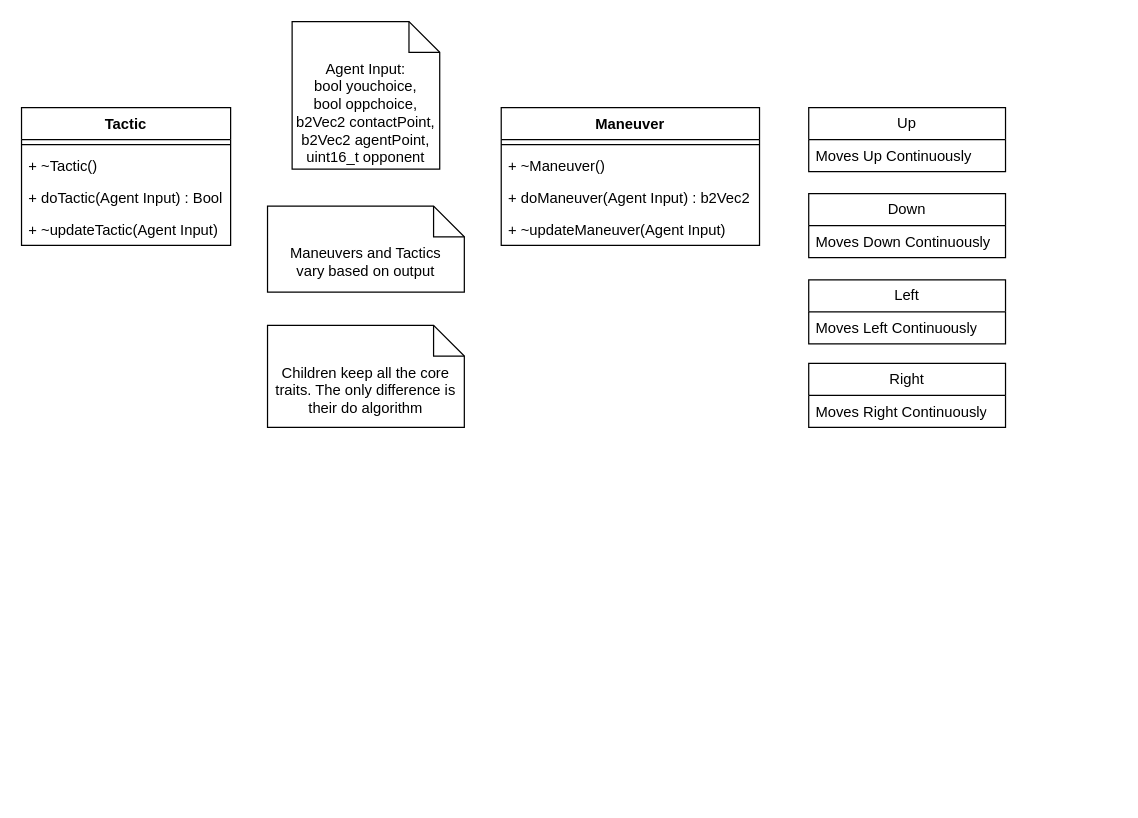
This is Class Diagram.drawio from Boland-Unfug/Thesis, a draw.io file, before an edit. Source tidied: cells renumbered, new cells numbered last; positions are measured from the earlier drawing's top-left corner, leaving out a move shared by most shapes. Both pictures are drawn from the tidied source at 123%, with x=0, y=0 at pixel (21, 21).
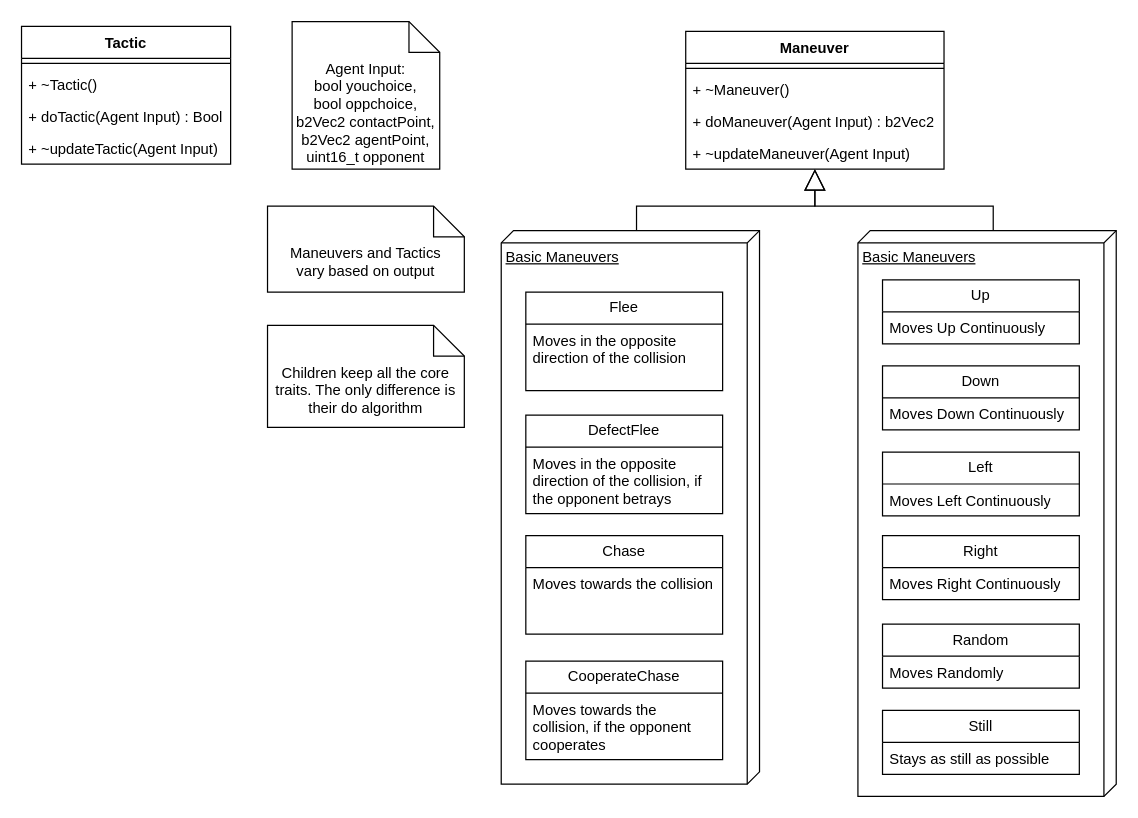
Above is the later version.

Change to the diagram source:
```diff
@@
+    <mxCell id="23" style="edgeStyle=orthogonalEdgeStyle;rounded=0;jettySize=auto;html=1;exitX=0;exitY=0;exitDx=0;exitDy=100;exitPerimeter=0;entryX=0.5;entryY=1;entryDx=0;entryDy=0;endArrow=block;endFill=0;endSize=15;" parent="1" edge="1" source="24" target="8">
+      <mxGeometry relative="1" as="geometry" />
+    </mxCell>
+    <mxCell id="24" value="Basic Maneuvers" style="verticalAlign=top;align=left;spacingTop=8;spacingLeft=2;spacingRight=12;shape=cube;size=10;direction=south;fontStyle=4;html=1;whiteSpace=wrap;" parent="1" vertex="1">
+      <mxGeometry x="390" y="170" width="210" height="450" as="geometry" />
+    </mxCell>
+    <mxCell id="25" style="edgeStyle=orthogonalEdgeStyle;rounded=0;jettySize=auto;html=1;exitX=0;exitY=0;exitDx=0;exitDy=100;exitPerimeter=0;entryX=0.5;entryY=1;entryDx=0;entryDy=0;endArrow=block;endFill=0;endSize=15;" parent="1" edge="1" source="26" target="8">
+      <mxGeometry relative="1" as="geometry" />
+    </mxCell>
+    <mxCell id="26" value="Basic Maneuvers" style="verticalAlign=top;align=left;spacingTop=8;spacingLeft=2;spacingRight=12;shape=cube;size=10;direction=south;fontStyle=4;html=1;whiteSpace=wrap;" parent="1" vertex="1">
+      <mxGeometry x="680" y="170" width="210" height="460" as="geometry" />
+    </mxCell>
     <mxCell id="2" value="Tactic" style="swimlane;fontStyle=1;align=center;verticalAlign=top;horizontal=1;startSize=26;whiteSpace=wrap;html=1;" parent="1" vertex="1">
-      <mxGeometry y="70" width="170" height="112" as="geometry" />
+      <mxGeometry y="4" width="170" height="112" as="geometry" />
     </mxCell>
@@
     <mxCell id="8" value="Maneuver" style="swimlane;fontStyle=1;align=center;verticalAlign=top;horizontal=1;startSize=26;whiteSpace=wrap;html=1;" parent="1" vertex="1">
-      <mxGeometry x="390" y="70" width="210" height="112" as="geometry" />
+      <mxGeometry x="540" y="8" width="210" height="112" as="geometry" />
     </mxCell>
@@
     <mxCell id="13" value="Up" style="swimlane;fontStyle=0;horizontal=1;startSize=26;fillColor=none;whiteSpace=wrap;html=1;" parent="1" vertex="1">
-      <mxGeometry x="640" y="70" width="160" height="52" as="geometry" />
+      <mxGeometry x="700" y="210" width="160" height="52" as="geometry" />
     </mxCell>
@@
     <mxCell id="17" value="Down" style="swimlane;fontStyle=0;horizontal=1;startSize=26;fillColor=none;whiteSpace=wrap;html=1;" parent="1" vertex="1">
-      <mxGeometry x="640" y="140" width="160" height="52" as="geometry" />
+      <mxGeometry x="700" y="280" width="160" height="52" as="geometry" />
     </mxCell>
@@
     <mxCell id="19" value="Left" style="swimlane;fontStyle=0;horizontal=1;startSize=26;fillColor=none;whiteSpace=wrap;html=1;" parent="1" vertex="1">
-      <mxGeometry x="640" y="210" width="160" height="52" as="geometry" />
+      <mxGeometry x="700" y="350" width="160" height="52" as="geometry" />
     </mxCell>
@@
     <mxCell id="21" value="Right" style="swimlane;fontStyle=0;horizontal=1;startSize=26;fillColor=none;whiteSpace=wrap;html=1;" parent="1" vertex="1">
-      <mxGeometry x="640" y="278" width="160" height="52" as="geometry" />
+      <mxGeometry x="700" y="418" width="160" height="52" as="geometry" />
     </mxCell>
@@
+    <mxCell id="27" value="Random" style="swimlane;fontStyle=0;horizontal=1;startSize=26;fillColor=none;whiteSpace=wrap;html=1;" parent="1" vertex="1">
+      <mxGeometry x="700" y="490" width="160" height="52" as="geometry" />
+    </mxCell>
+    <mxCell id="28" value="Moves Randomly" style="text;strokeColor=none;fillColor=none;align=left;verticalAlign=top;spacingLeft=4;spacingRight=4;overflow=hidden;whiteSpace=wrap;html=1;" parent="27" vertex="1">
+      <mxGeometry y="26" width="160" height="26" as="geometry" />
+    </mxCell>
+    <mxCell id="29" value="Still" style="swimlane;fontStyle=0;horizontal=1;startSize=26;fillColor=none;whiteSpace=wrap;html=1;" parent="1" vertex="1">
+      <mxGeometry x="700" y="560" width="160" height="52" as="geometry" />
+    </mxCell>
+    <mxCell id="30" value="Stays as still as possible" style="text;strokeColor=none;fillColor=none;align=left;verticalAlign=top;spacingLeft=4;spacingRight=4;overflow=hidden;whiteSpace=wrap;html=1;" parent="29" vertex="1">
+      <mxGeometry y="26" width="160" height="26" as="geometry" />
+    </mxCell>
+    <mxCell id="31" value="Flee" style="swimlane;fontStyle=0;horizontal=1;startSize=26;fillColor=none;whiteSpace=wrap;html=1;" parent="1" vertex="1">
+      <mxGeometry x="410" y="220" width="160" height="80" as="geometry" />
+    </mxCell>
+    <mxCell id="32" value="Moves in the opposite direction of the collision" style="text;strokeColor=none;fillColor=none;align=left;verticalAlign=top;spacingLeft=4;spacingRight=4;overflow=hidden;whiteSpace=wrap;html=1;" parent="31" vertex="1">
+      <mxGeometry y="26" width="160" height="54" as="geometry" />
+    </mxCell>
+    <mxCell id="33" value="DefectFlee" style="swimlane;fontStyle=0;horizontal=1;startSize=26;fillColor=none;whiteSpace=wrap;html=1;" parent="1" vertex="1">
+      <mxGeometry x="410" y="320" width="160" height="80" as="geometry" />
+    </mxCell>
+    <mxCell id="34" value="Moves in the opposite direction of the collision, if the opponent betrays" style="text;strokeColor=none;fillColor=none;align=left;verticalAlign=top;spacingLeft=4;spacingRight=4;overflow=hidden;whiteSpace=wrap;html=1;" parent="33" vertex="1">
+      <mxGeometry y="26" width="160" height="54" as="geometry" />
+    </mxCell>
+    <mxCell id="35" value="Chase" style="swimlane;fontStyle=0;horizontal=1;startSize=26;fillColor=none;whiteSpace=wrap;html=1;" parent="1" vertex="1">
+      <mxGeometry x="410" y="418" width="160" height="80" as="geometry" />
+    </mxCell>
+    <mxCell id="36" value="Moves towards the collision" style="text;strokeColor=none;fillColor=none;align=left;verticalAlign=top;spacingLeft=4;spacingRight=4;overflow=hidden;whiteSpace=wrap;html=1;" parent="35" vertex="1">
+      <mxGeometry y="26" width="160" height="54" as="geometry" />
+    </mxCell>
+    <mxCell id="37" value="CooperateChase" style="swimlane;fontStyle=0;horizontal=1;startSize=26;fillColor=none;whiteSpace=wrap;html=1;" parent="1" vertex="1">
+      <mxGeometry x="410" y="520" width="160" height="80" as="geometry" />
+    </mxCell>
+    <mxCell id="38" value="Moves towards the collision, if the opponent cooperates" style="text;strokeColor=none;fillColor=none;align=left;verticalAlign=top;spacingLeft=4;spacingRight=4;overflow=hidden;whiteSpace=wrap;html=1;" parent="37" vertex="1">
+      <mxGeometry y="26" width="160" height="54" as="geometry" />
+    </mxCell>
```
